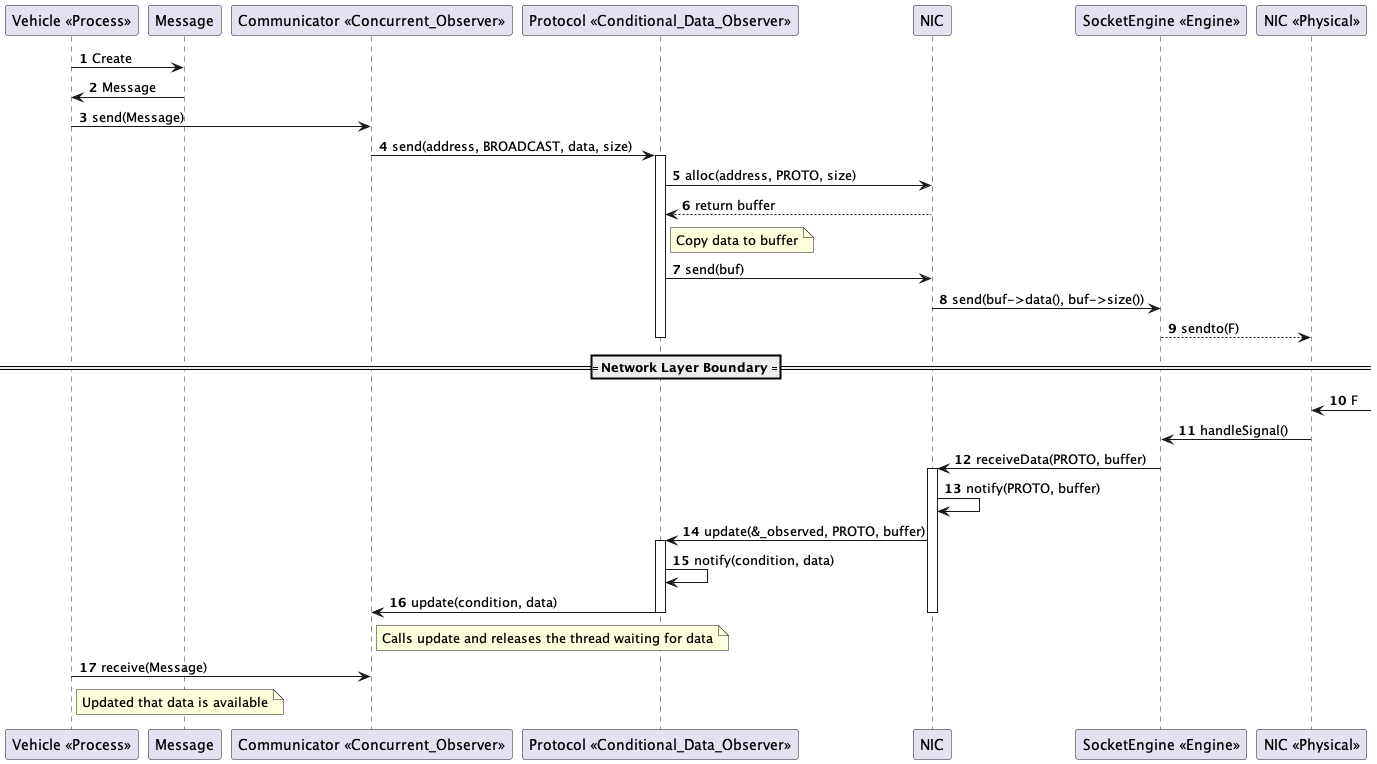
This is doc/uml/output/01-system_sequence_diagram.png from jcconnects/UFSC-INE5424, a PlantUML export, as it was before one commit.
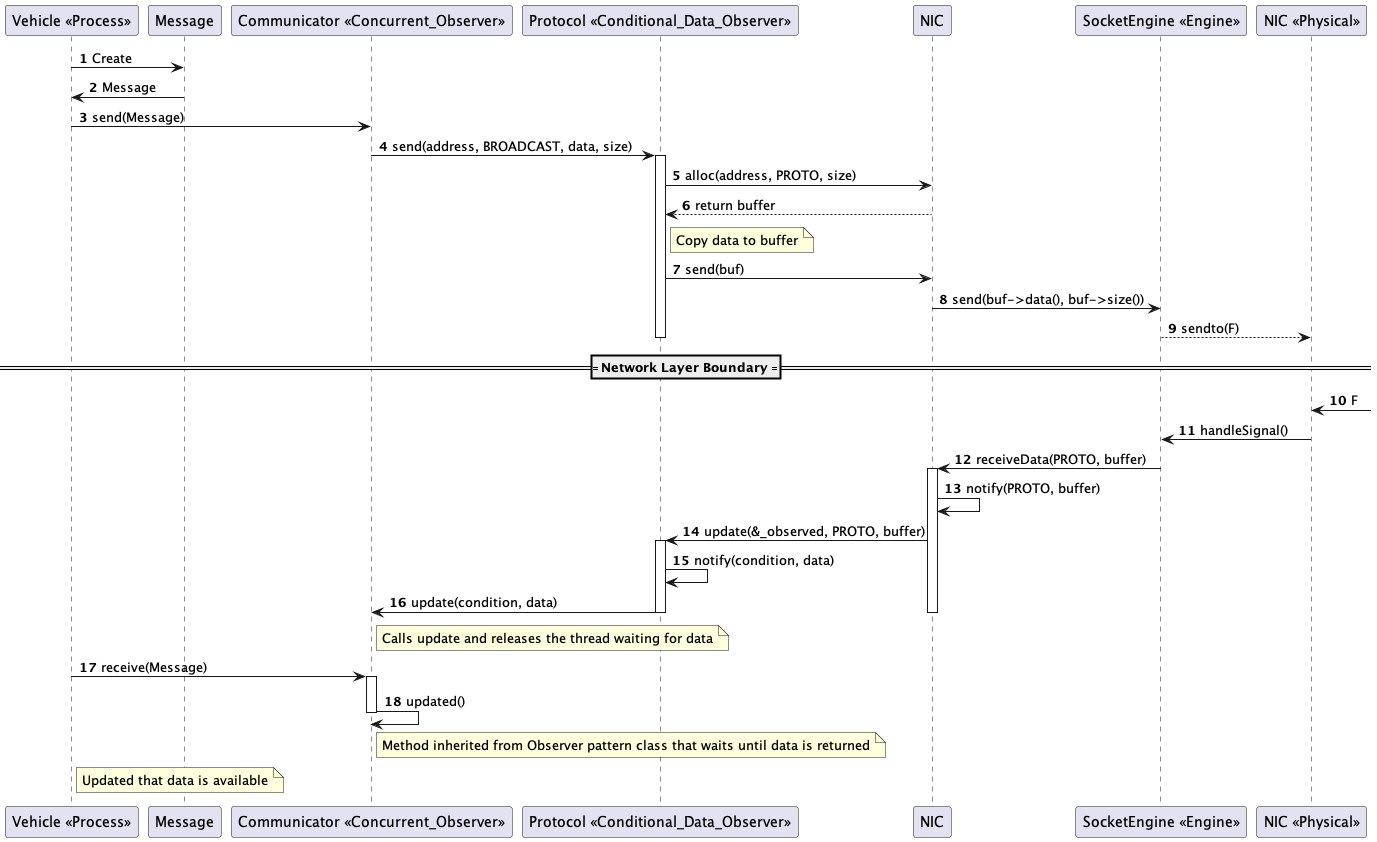
Later version of the same file.

Commit message:
update sequence diagram wit hthe updated method ending the sequence

Diff of the diagram source:
```diff
@@ -36,7 +36,12 @@
 note right of Communicator: Calls update and releases the thread waiting for data
 deactivate Protocol
 deactivate NIC
+
 Vehicle -> Communicator: receive(Message)
+activate Communicator
+Communicator -> Communicator: updated()
+note right of Communicator: Method inherited from Observer pattern class that waits until data is returned
+deactivate Communicator
 note right of Vehicle: Updated that data is available
 
 @enduml
```
